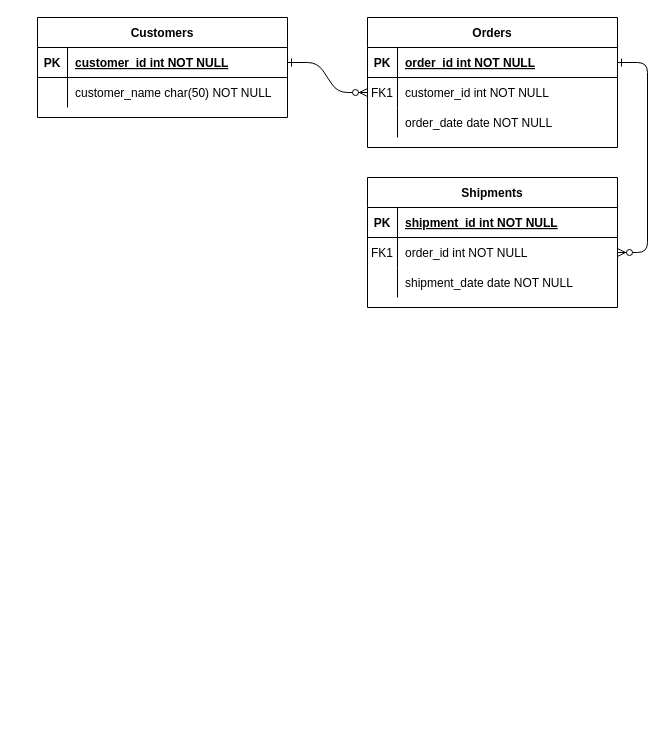
meisterhi/Media-Data-Software keeps this draw.io diagram as Data Structure.drawio. Above is the earlier version. Source tidied: cells renumbered, new cells numbered last; positions are measured from the earlier drawing's top-left corner, leaving out a move shared by most shapes. Both pictures are drawn from the tidied source at 100%, with x=0, y=0 at pixel (37, 17).
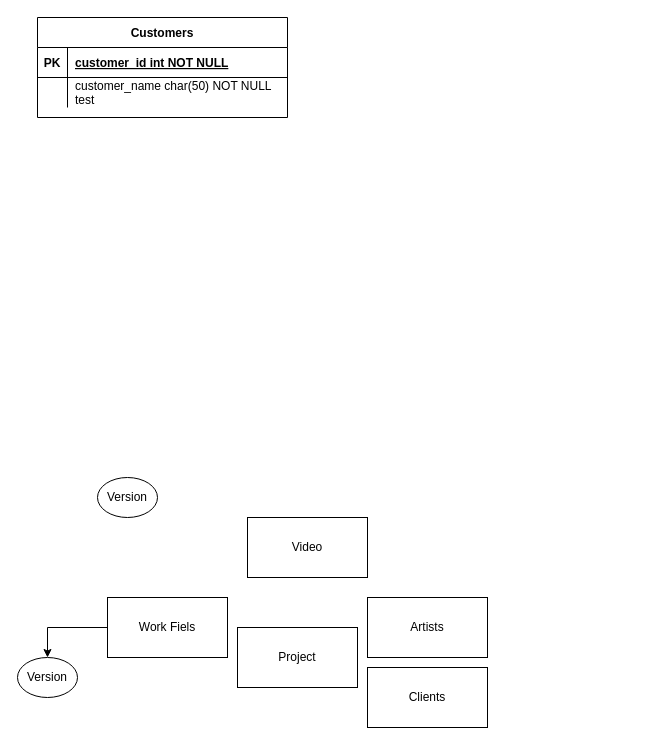
The same page after the edit.

Unchanged cells that the change refers to:
```xml
<mxCell id="25" style="shape=partialRectangle;fillColor=none;points=[[0,0.5],[1,0.5]];portConstraint=eastwest;top=0;left=0;right=0;bottom=1;" parent="24" vertex="1">
  <mxGeometry y="30" width="250" height="30" as="geometry" />
</mxCell>
<mxCell id="28" style="shape=partialRectangle;fillColor=none;top=0;left=0;right=0;bottom=0;" parent="24" vertex="1">
  <mxGeometry y="60" width="250" height="30" as="geometry" />
</mxCell>
```

What changed in the source:
```diff
@@
-    <mxCell id="2" style="edgeStyle=entityRelationEdgeStyle;endArrow=ERzeroToMany;startArrow=ERone;endFill=1;startFill=0;" parent="1" edge="1" source="25" target="8">
-      <mxGeometry relative="1" as="geometry" />
-    </mxCell>
-    <mxCell id="3" style="edgeStyle=entityRelationEdgeStyle;endArrow=ERzeroToMany;startArrow=ERone;endFill=1;startFill=0;" parent="1" edge="1" source="5" target="18">
-      <mxGeometry relative="1" as="geometry" />
-    </mxCell>
-    <mxCell id="4" value="Orders" style="shape=table;startSize=30;childLayout=tableLayout;rowLines=0;fontStyle=1;align=center;" parent="1" vertex="1">
-      <mxGeometry x="330" width="250" height="130" as="geometry" />
-    </mxCell>
-    <mxCell id="5" style="shape=partialRectangle;fillColor=none;points=[[0,0.5],[1,0.5]];portConstraint=eastwest;top=0;left=0;right=0;bottom=1;" parent="4" vertex="1">
-      <mxGeometry y="30" width="250" height="30" as="geometry" />
-    </mxCell>
-    <mxCell id="6" value="PK" style="shape=partialRectangle;overflow=hidden;fillColor=none;top=0;left=0;bottom=0;right=0;fontStyle=1;" parent="5" vertex="1">
-      <mxGeometry width="30" height="30" as="geometry" />
-    </mxCell>
-    <mxCell id="7" value="order_id int NOT NULL " style="shape=partialRectangle;overflow=hidden;fillColor=none;top=0;left=0;bottom=0;right=0;align=left;spacingLeft=6;fontStyle=5;" parent="5" vertex="1">
-      <mxGeometry x="30" width="220" height="30" as="geometry" />
-    </mxCell>
-    <mxCell id="8" style="shape=partialRectangle;fillColor=none;points=[[0,0.5],[1,0.5]];portConstraint=eastwest;top=0;left=0;right=0;bottom=0;" parent="4" vertex="1">
-      <mxGeometry y="60" width="250" height="30" as="geometry" />
-    </mxCell>
-    <mxCell id="9" value="FK1" style="shape=partialRectangle;overflow=hidden;fillColor=none;top=0;left=0;bottom=0;right=0;" parent="8" vertex="1">
-      <mxGeometry width="30" height="30" as="geometry" />
-    </mxCell>
-    <mxCell id="10" value="customer_id int NOT NULL" style="shape=partialRectangle;overflow=hidden;fillColor=none;top=0;left=0;bottom=0;right=0;align=left;spacingLeft=6;" parent="8" vertex="1">
-      <mxGeometry x="30" width="220" height="30" as="geometry" />
-    </mxCell>
-    <mxCell id="11" style="shape=partialRectangle;fillColor=none;top=0;left=0;right=0;bottom=0;" parent="4" vertex="1">
-      <mxGeometry y="90" width="250" height="30" as="geometry" />
-    </mxCell>
-    <mxCell id="12" style="shape=partialRectangle;overflow=hidden;fillColor=none;top=0;left=0;bottom=0;right=0;" parent="11" vertex="1">
-      <mxGeometry width="30" height="30" as="geometry" />
-    </mxCell>
-    <mxCell id="13" value="order_date date NOT NULL" style="shape=partialRectangle;overflow=hidden;fillColor=none;top=0;left=0;bottom=0;right=0;align=left;spacingLeft=6;" parent="11" vertex="1">
-      <mxGeometry x="30" width="220" height="30" as="geometry" />
-    </mxCell>
-    <mxCell id="14" value="Shipments" style="shape=table;startSize=30;childLayout=tableLayout;rowLines=0;fontStyle=1;align=center;" parent="1" vertex="1">
-      <mxGeometry x="330" y="160" width="250" height="130" as="geometry" />
-    </mxCell>
-    <mxCell id="15" style="shape=partialRectangle;fillColor=none;top=0;left=0;right=0;bottom=1;" parent="14" vertex="1">
-      <mxGeometry y="30" width="250" height="30" as="geometry" />
-    </mxCell>
-    <mxCell id="16" value="PK" style="shape=partialRectangle;overflow=hidden;fillColor=none;top=0;left=0;bottom=0;right=0;fontStyle=1;" parent="15" vertex="1">
-      <mxGeometry width="30" height="30" as="geometry" />
-    </mxCell>
-    <mxCell id="17" value="shipment_id int NOT NULL " style="shape=partialRectangle;overflow=hidden;fillColor=none;top=0;left=0;bottom=0;right=0;align=left;spacingLeft=6;fontStyle=5;" parent="15" vertex="1">
-      <mxGeometry x="30" width="220" height="30" as="geometry" />
-    </mxCell>
-    <mxCell id="18" style="shape=partialRectangle;fillColor=none;points=[[0,0.5],[1,0.5]];portConstraint=eastwest;top=0;left=0;right=0;bottom=0;" parent="14" vertex="1">
-      <mxGeometry y="60" width="250" height="30" as="geometry" />
-    </mxCell>
-    <mxCell id="19" value="FK1" style="shape=partialRectangle;overflow=hidden;fillColor=none;top=0;left=0;bottom=0;right=0;" parent="18" vertex="1">
-      <mxGeometry width="30" height="30" as="geometry" />
-    </mxCell>
-    <mxCell id="20" value="order_id int NOT NULL" style="shape=partialRectangle;overflow=hidden;fillColor=none;top=0;left=0;bottom=0;right=0;align=left;spacingLeft=6;" parent="18" vertex="1">
-      <mxGeometry x="30" width="220" height="30" as="geometry" />
-    </mxCell>
-    <mxCell id="21" style="shape=partialRectangle;fillColor=none;top=0;left=0;right=0;bottom=0;" parent="14" vertex="1">
-      <mxGeometry y="90" width="250" height="30" as="geometry" />
-    </mxCell>
-    <mxCell id="22" style="shape=partialRectangle;overflow=hidden;fillColor=none;top=0;left=0;bottom=0;right=0;" parent="21" vertex="1">
-      <mxGeometry width="30" height="30" as="geometry" />
-    </mxCell>
-    <mxCell id="23" value="shipment_date date NOT NULL" style="shape=partialRectangle;overflow=hidden;fillColor=none;top=0;left=0;bottom=0;right=0;align=left;spacingLeft=6;" parent="21" vertex="1">
-      <mxGeometry x="30" width="220" height="30" as="geometry" />
-    </mxCell>
-    <mxCell id="24" value="Customers" style="shape=table;startSize=30;childLayout=tableLayout;rowLines=0;fontStyle=1;align=center;" parent="1" vertex="1">
+    <mxCell id="24" value="Customers" style="shape=table;startSize=30;childLayout=tableLayout;rowLines=0;fontStyle=1;align=center;columnLines=1;" parent="1" vertex="1">
       <mxGeometry width="250" height="100" as="geometry" />
     </mxCell>
@@
-    <mxCell id="30" value="customer_name char(50) NOT NULL" style="shape=partialRectangle;overflow=hidden;fillColor=none;top=0;left=0;bottom=0;right=0;align=left;spacingLeft=6;" parent="28" vertex="1">
+    <mxCell id="30" value="customer_name char(50) NOT NULL&#10;test" style="shape=partialRectangle;overflow=hidden;fillColor=none;top=0;left=0;bottom=0;right=0;align=left;spacingLeft=6;" parent="28" vertex="1">
       <mxGeometry x="30" width="220" height="30" as="geometry" />
     </mxCell>
+    <mxCell id="31" value="Video" style="rounded=0;whiteSpace=wrap;html=1;" parent="1" vertex="1">
+      <mxGeometry x="210" y="500" width="120" height="60" as="geometry" />
+    </mxCell>
+    <mxCell id="32" value="Project" style="rounded=0;whiteSpace=wrap;html=1;" parent="1" vertex="1">
+      <mxGeometry x="200" y="610" width="120" height="60" as="geometry" />
+    </mxCell>
+    <mxCell id="33" value="Artists" style="rounded=0;whiteSpace=wrap;html=1;" parent="1" vertex="1">
+      <mxGeometry x="330" y="580" width="120" height="60" as="geometry" />
+    </mxCell>
+    <mxCell id="34" value="Clients" style="rounded=0;whiteSpace=wrap;html=1;" parent="1" vertex="1">
+      <mxGeometry x="330" y="650" width="120" height="60" as="geometry" />
+    </mxCell>
+    <mxCell id="35" style="edgeStyle=orthogonalEdgeStyle;rounded=0;jettySize=auto;html=1;entryX=0.5;entryY=0;entryDx=0;entryDy=0;" parent="1" edge="1" source="36" target="37">
+      <mxGeometry relative="1" as="geometry" />
+    </mxCell>
+    <mxCell id="36" value="Work Fiels" style="rounded=0;whiteSpace=wrap;html=1;" parent="1" vertex="1">
+      <mxGeometry x="70" y="580" width="120" height="60" as="geometry" />
+    </mxCell>
+    <mxCell id="37" value="Version" style="ellipse;whiteSpace=wrap;html=1;" parent="1" vertex="1">
+      <mxGeometry x="-20" y="640" width="60" height="40" as="geometry" />
+    </mxCell>
+    <mxCell id="38" value="Version" style="ellipse;whiteSpace=wrap;html=1;" parent="1" vertex="1">
+      <mxGeometry x="60" y="460" width="60" height="40" as="geometry" />
+    </mxCell>
```
